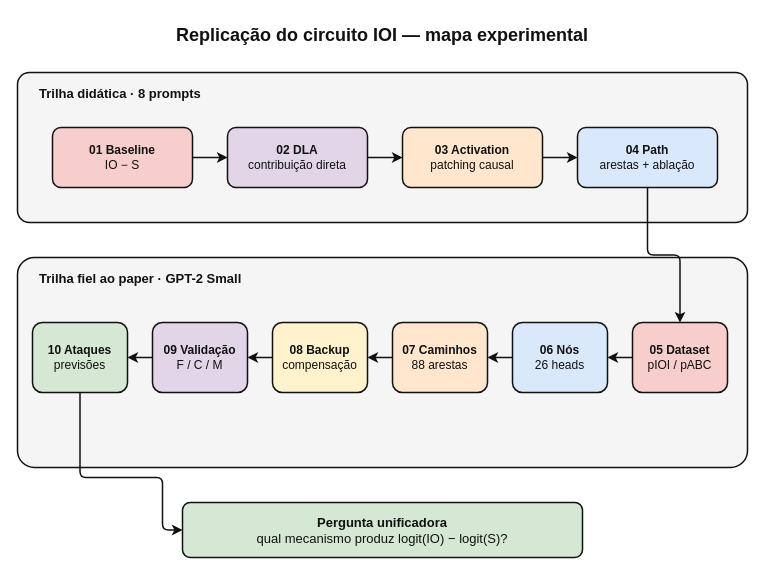
Before: page "Mapa 01–10" (1 of 4) of projects/ioi/results/paper/ioi_experiments.drawio in marcos-guilherme/mechanistic-interpretability-notes, a draw.io diagram. Source tidied: cells renumbered, new cells numbered last; positions are measured from the earlier drawing's top-left corner, leaving out a move shared by most shapes. Both pictures are drawn from the tidied source at 100%, with x=0, y=0 at pixel (17, 17).
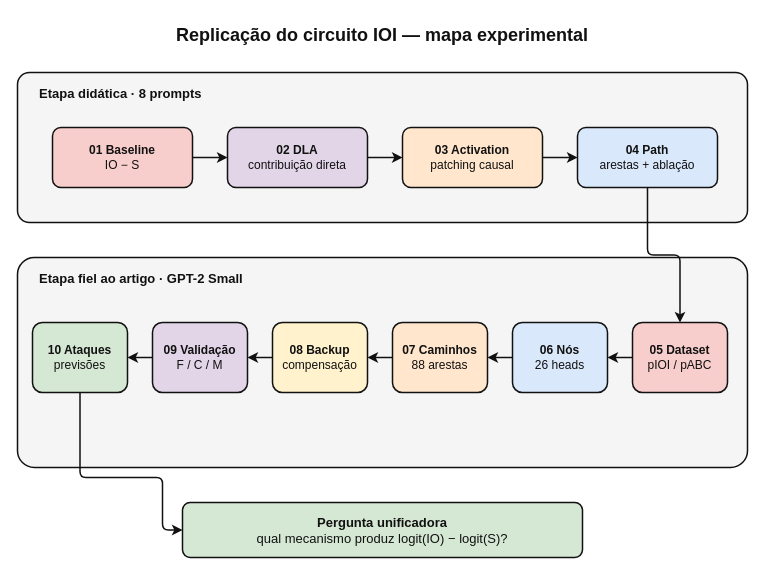
Above is the later version.

What changed in the source:
```diff
@@
-    <mxCell id="4" value="Trilha didática · 8 prompts" style="text;strokeColor=none;fillColor=none;verticalAlign=middle;fontColor=#111111;fontSize=13;fontStyle=1;align=left;whiteSpace=wrap;html=1;" parent="1" vertex="1">
+    <mxCell id="4" value="Etapa didática · 8 prompts" style="text;strokeColor=none;fillColor=none;verticalAlign=middle;fontColor=#111111;fontSize=13;fontStyle=1;align=left;whiteSpace=wrap;html=1;" parent="1" vertex="1">
       <mxGeometry x="20" y="63" width="240" height="25" as="geometry" />
     </mxCell>
@@
-    <mxCell id="13" value="Trilha fiel ao paper · GPT-2 Small" style="text;strokeColor=none;fillColor=none;verticalAlign=middle;fontColor=#111111;fontSize=13;fontStyle=1;align=left;whiteSpace=wrap;html=1;" parent="1" vertex="1">
+    <mxCell id="13" value="Etapa fiel ao artigo · GPT-2 Small" style="text;strokeColor=none;fillColor=none;verticalAlign=middle;fontColor=#111111;fontSize=13;fontStyle=1;align=left;whiteSpace=wrap;html=1;" parent="1" vertex="1">
       <mxGeometry x="20" y="248" width="280" height="25" as="geometry" />
     </mxCell>
```
